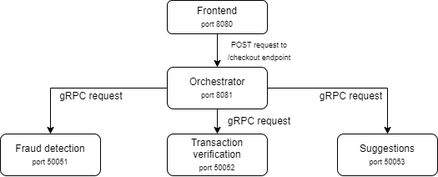
hansesch/ds-practice-2024 keeps this draw.io diagram as docs/architecture.png. Above is the earlier version. Source tidied: cells renumbered, new cells last; positions are measured from the earlier drawing's top-left corner, leaving out a move shared by most shapes. Source of this version:
```xml
<mxGraphModel>
  <root>
    <mxCell id="0" />
    <mxCell id="1" parent="0" />
    <mxCell id="2" style="edgeStyle=orthogonalEdgeStyle;rounded=0;jettySize=auto;html=1;entryX=0.5;entryY=0;entryDx=0;entryDy=0;" parent="1" edge="1" source="3" target="7">
      <mxGeometry relative="1" as="geometry" />
    </mxCell>
    <mxCell id="3" value="Frontend&lt;br&gt;&lt;font style=&quot;font-size: 9px;&quot;&gt;port 8080&lt;/font&gt;" style="rounded=1;whiteSpace=wrap;html=1;fontSize=12;glass=0;strokeWidth=1;shadow=0;strokeColor=default;" parent="1" vertex="1">
      <mxGeometry x="200" width="120" height="40" as="geometry" />
    </mxCell>
    <mxCell id="4" style="edgeStyle=orthogonalEdgeStyle;rounded=0;jettySize=auto;html=1;entryX=0.5;entryY=0;entryDx=0;entryDy=0;" parent="1" edge="1" source="7" target="8">
      <mxGeometry relative="1" as="geometry" />
    </mxCell>
    <mxCell id="5" style="edgeStyle=orthogonalEdgeStyle;rounded=0;jettySize=auto;html=1;" parent="1" edge="1" source="7" target="10">
      <mxGeometry relative="1" as="geometry" />
    </mxCell>
    <mxCell id="6" style="edgeStyle=orthogonalEdgeStyle;rounded=0;jettySize=auto;html=1;" parent="1" edge="1" source="7" target="9">
      <mxGeometry relative="1" as="geometry" />
    </mxCell>
    <mxCell id="7" value="Orchestrator&lt;br&gt;&lt;font style=&quot;font-size: 9px;&quot;&gt;port 8081&lt;/font&gt;" style="rounded=1;whiteSpace=wrap;html=1;" parent="1" vertex="1">
      <mxGeometry x="200" y="80" width="120" height="50" as="geometry" />
    </mxCell>
    <mxCell id="8" value="Fraud detection&lt;br&gt;&lt;font style=&quot;font-size: 9px;&quot;&gt;port 50051&lt;/font&gt;" style="rounded=1;whiteSpace=wrap;html=1;" parent="1" vertex="1">
      <mxGeometry y="160" width="120" height="50" as="geometry" />
    </mxCell>
    <mxCell id="9" value="Suggestions&lt;br&gt;&lt;font style=&quot;font-size: 9px;&quot;&gt;port 50053&lt;/font&gt;" style="rounded=1;whiteSpace=wrap;html=1;" parent="1" vertex="1">
      <mxGeometry x="404" y="160" width="120" height="50" as="geometry" />
    </mxCell>
    <mxCell id="10" value="Transaction verification&lt;br&gt;&lt;font style=&quot;font-size: 9px;&quot;&gt;port 50052&lt;/font&gt;" style="rounded=1;whiteSpace=wrap;html=1;" parent="1" vertex="1">
      <mxGeometry x="200" y="160" width="120" height="50" as="geometry" />
    </mxCell>
    <mxCell id="11" value="&lt;font style=&quot;font-size: 9px;&quot;&gt;POST request to&lt;br&gt;/checkout endpoint&lt;/font&gt;" style="text;html=1;align=center;verticalAlign=middle;strokeColor=none;fillColor=none;" parent="1" vertex="1">
      <mxGeometry x="260" y="40" width="100" height="40" as="geometry" />
    </mxCell>
    <mxCell id="12" value="gRPC request&amp;nbsp;" style="text;html=1;align=center;verticalAlign=middle;strokeColor=none;fillColor=none;" parent="1" vertex="1">
      <mxGeometry x="60" y="100" width="100" height="30" as="geometry" />
    </mxCell>
    <mxCell id="13" value="gRPC request" style="text;html=1;align=center;verticalAlign=middle;strokeColor=none;fillColor=none;" parent="1" vertex="1">
      <mxGeometry x="260" y="130" width="100" height="30" as="geometry" />
    </mxCell>
    <mxCell id="14" value="gRPC request" style="text;html=1;align=center;verticalAlign=middle;strokeColor=none;fillColor=none;" parent="1" vertex="1">
      <mxGeometry x="370" y="100" width="100" height="30" as="geometry" />
    </mxCell>
  </root>
</mxGraphModel>
```
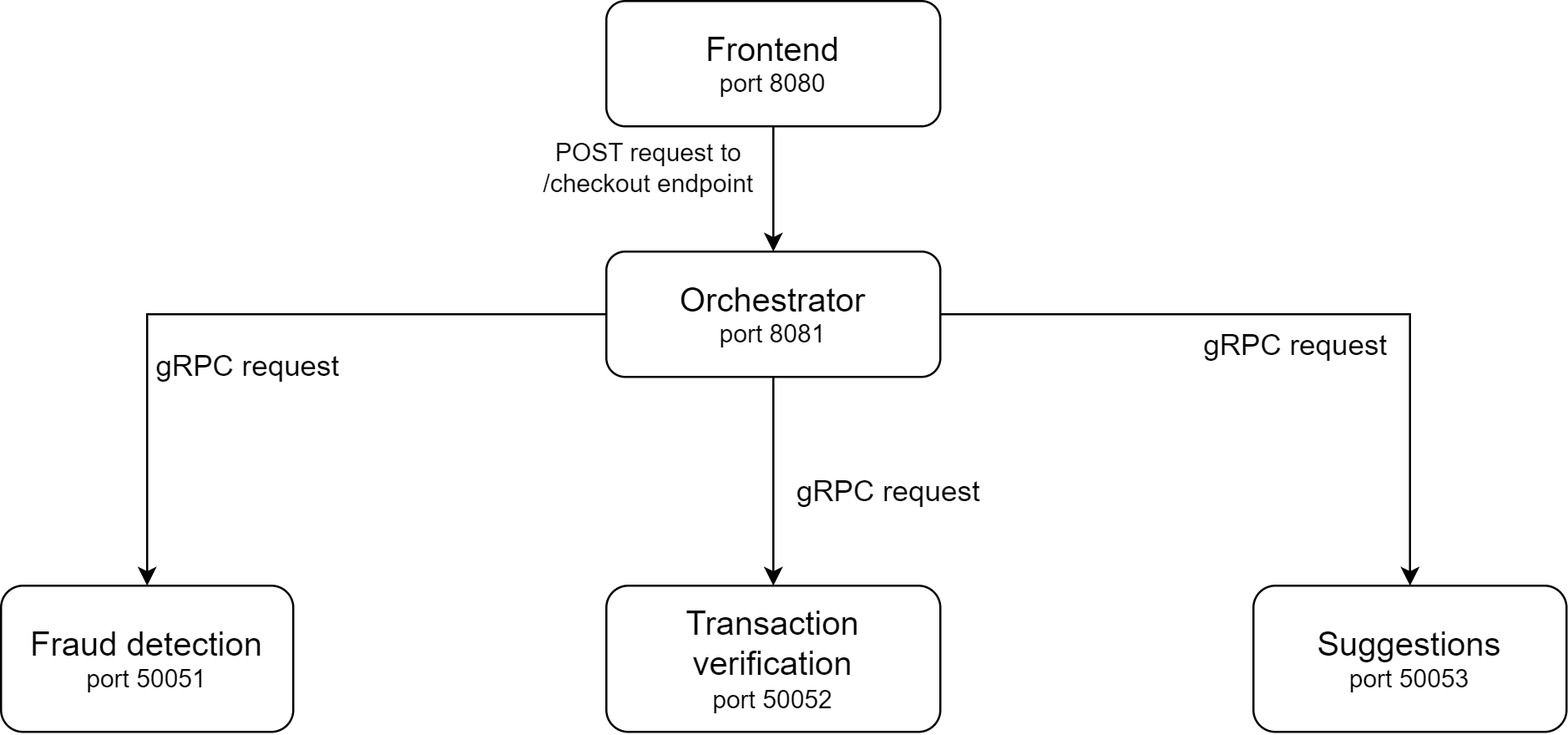
After the change.

Commit message:
higher resolution diagrams

The edit, as a diff of the source:
```diff
@@ -5,8 +5,8 @@
     <mxCell id="2" style="edgeStyle=orthogonalEdgeStyle;rounded=0;jettySize=auto;html=1;entryX=0.5;entryY=0;entryDx=0;entryDy=0;" parent="1" edge="1" source="3" target="7">
       <mxGeometry relative="1" as="geometry" />
     </mxCell>
-    <mxCell id="3" value="Frontend&lt;br&gt;&lt;font style=&quot;font-size: 9px;&quot;&gt;port 8080&lt;/font&gt;" style="rounded=1;whiteSpace=wrap;html=1;fontSize=12;glass=0;strokeWidth=1;shadow=0;strokeColor=default;" parent="1" vertex="1">
-      <mxGeometry x="200" width="120" height="40" as="geometry" />
+    <mxCell id="3" value="&lt;font style=&quot;&quot;&gt;&lt;span style=&quot;font-size: 16px;&quot;&gt;Frontend&lt;/span&gt;&lt;br&gt;&lt;font style=&quot;font-size: 12px;&quot;&gt;port 8080&lt;/font&gt;&lt;/font&gt;" style="rounded=1;whiteSpace=wrap;html=1;fontSize=12;glass=0;strokeWidth=1;shadow=0;strokeColor=default;" parent="1" vertex="1">
+      <mxGeometry x="310" y="-50" width="160" height="60" as="geometry" />
     </mxCell>
     <mxCell id="4" style="edgeStyle=orthogonalEdgeStyle;rounded=0;jettySize=auto;html=1;entryX=0.5;entryY=0;entryDx=0;entryDy=0;" parent="1" edge="1" source="7" target="8">
       <mxGeometry relative="1" as="geometry" />
@@ -17,29 +17,29 @@
     <mxCell id="6" style="edgeStyle=orthogonalEdgeStyle;rounded=0;jettySize=auto;html=1;" parent="1" edge="1" source="7" target="9">
       <mxGeometry relative="1" as="geometry" />
     </mxCell>
-    <mxCell id="7" value="Orchestrator&lt;br&gt;&lt;font style=&quot;font-size: 9px;&quot;&gt;port 8081&lt;/font&gt;" style="rounded=1;whiteSpace=wrap;html=1;" parent="1" vertex="1">
-      <mxGeometry x="200" y="80" width="120" height="50" as="geometry" />
+    <mxCell id="7" value="&lt;font style=&quot;font-size: 16px;&quot;&gt;Orchestrator&lt;/font&gt;&lt;br&gt;&lt;font style=&quot;font-size: 12px;&quot;&gt;port 8081&lt;/font&gt;" style="rounded=1;whiteSpace=wrap;html=1;" parent="1" vertex="1">
+      <mxGeometry x="310" y="70" width="160" height="60" as="geometry" />
     </mxCell>
-    <mxCell id="8" value="Fraud detection&lt;br&gt;&lt;font style=&quot;font-size: 9px;&quot;&gt;port 50051&lt;/font&gt;" style="rounded=1;whiteSpace=wrap;html=1;" parent="1" vertex="1">
-      <mxGeometry y="160" width="120" height="50" as="geometry" />
+    <mxCell id="8" value="&lt;font style=&quot;font-size: 16px;&quot;&gt;Fraud detection&lt;/font&gt;&lt;br&gt;&lt;font style=&quot;font-size: 12px;&quot;&gt;port 50051&lt;/font&gt;" style="rounded=1;whiteSpace=wrap;html=1;" parent="1" vertex="1">
+      <mxGeometry x="20" y="230" width="140" height="70" as="geometry" />
     </mxCell>
-    <mxCell id="9" value="Suggestions&lt;br&gt;&lt;font style=&quot;font-size: 9px;&quot;&gt;port 50053&lt;/font&gt;" style="rounded=1;whiteSpace=wrap;html=1;" parent="1" vertex="1">
-      <mxGeometry x="404" y="160" width="120" height="50" as="geometry" />
+    <mxCell id="9" value="&lt;font style=&quot;font-size: 16px;&quot;&gt;Suggestions&lt;/font&gt;&lt;br&gt;&lt;font style=&quot;font-size: 12px;&quot;&gt;port 50053&lt;/font&gt;" style="rounded=1;whiteSpace=wrap;html=1;" parent="1" vertex="1">
+      <mxGeometry x="620" y="230" width="150" height="70" as="geometry" />
     </mxCell>
-    <mxCell id="10" value="Transaction verification&lt;br&gt;&lt;font style=&quot;font-size: 9px;&quot;&gt;port 50052&lt;/font&gt;" style="rounded=1;whiteSpace=wrap;html=1;" parent="1" vertex="1">
-      <mxGeometry x="200" y="160" width="120" height="50" as="geometry" />
+    <mxCell id="10" value="&lt;font style=&quot;font-size: 16px;&quot;&gt;Transaction verification&lt;/font&gt;&lt;br&gt;&lt;font style=&quot;font-size: 12px;&quot;&gt;port 50052&lt;/font&gt;" style="rounded=1;whiteSpace=wrap;html=1;" parent="1" vertex="1">
+      <mxGeometry x="310" y="230" width="160" height="70" as="geometry" />
     </mxCell>
-    <mxCell id="11" value="&lt;font style=&quot;font-size: 9px;&quot;&gt;POST request to&lt;br&gt;/checkout endpoint&lt;/font&gt;" style="text;html=1;align=center;verticalAlign=middle;strokeColor=none;fillColor=none;" parent="1" vertex="1">
-      <mxGeometry x="260" y="40" width="100" height="40" as="geometry" />
+    <mxCell id="11" value="&lt;font style=&quot;font-size: 12px;&quot;&gt;POST request to&lt;br&gt;/checkout endpoint&lt;/font&gt;" style="text;html=1;align=center;verticalAlign=middle;strokeColor=none;fillColor=none;" parent="1" vertex="1">
+      <mxGeometry x="270" y="10" width="120" height="40" as="geometry" />
     </mxCell>
-    <mxCell id="12" value="gRPC request&amp;nbsp;" style="text;html=1;align=center;verticalAlign=middle;strokeColor=none;fillColor=none;" parent="1" vertex="1">
-      <mxGeometry x="60" y="100" width="100" height="30" as="geometry" />
+    <mxCell id="12" value="&lt;font style=&quot;font-size: 14px;&quot;&gt;gRPC request&amp;nbsp;&lt;/font&gt;" style="text;html=1;align=center;verticalAlign=middle;strokeColor=none;fillColor=none;" parent="1" vertex="1">
+      <mxGeometry x="80" y="110" width="120" height="30" as="geometry" />
     </mxCell>
-    <mxCell id="13" value="gRPC request" style="text;html=1;align=center;verticalAlign=middle;strokeColor=none;fillColor=none;" parent="1" vertex="1">
-      <mxGeometry x="260" y="130" width="100" height="30" as="geometry" />
+    <mxCell id="13" value="&lt;font style=&quot;font-size: 14px;&quot;&gt;gRPC request&lt;/font&gt;" style="text;html=1;align=center;verticalAlign=middle;strokeColor=none;fillColor=none;" parent="1" vertex="1">
+      <mxGeometry x="390" y="170" width="110" height="30" as="geometry" />
     </mxCell>
-    <mxCell id="14" value="gRPC request" style="text;html=1;align=center;verticalAlign=middle;strokeColor=none;fillColor=none;" parent="1" vertex="1">
-      <mxGeometry x="370" y="100" width="100" height="30" as="geometry" />
+    <mxCell id="14" value="&lt;font style=&quot;font-size: 14px;&quot;&gt;gRPC request&lt;/font&gt;" style="text;html=1;align=center;verticalAlign=middle;strokeColor=none;fillColor=none;" parent="1" vertex="1">
+      <mxGeometry x="585" y="100" width="110" height="30" as="geometry" />
     </mxCell>
   </root>
 </mxGraphModel>
```
